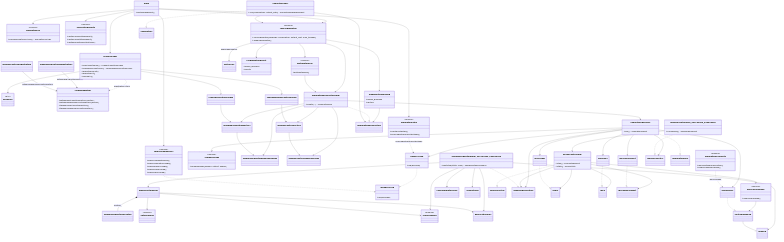
Above: docs/hld/class-overview.png in Sagi154/Drone-Mapper-ex3 (Mermaid), before the change. Its source is kept beside it as docs/hld/class-overview.mmd.
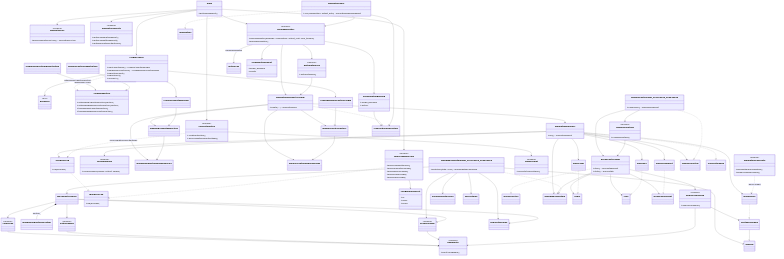
Later version of the same file.

Commit message:
docs: update HLD and class diagrams with new components and sequences

Change to the diagram source:
```diff
@@ -106,6 +106,31 @@
       +forEachSphereSample()
     }
 
+    class TimeFormat {
+      <<module>>
+      +currentUtcTimestamp()
+    }
+
+    class ConfigParseResult {
+      +ok
+      +value
+      +errors
+    }
+
+    class runMissionSteps {
+      <<module>>
+      +runMissionSteps()
+    }
+
+    class BeamMath {
+      <<module>>
+      +pointAlongBeam()
+    }
+
+    class LidarCone {
+      <<module>>
+    }
+
     class WavefrontPlanner
     class MappingAlgorithmFrontier
     class PathShaping {
@@ -203,6 +228,8 @@
     MissionControlFactory --> MissionControlDependencies
     MissionControlImpl_207190406_209543255 ..|> IMissionControl
     MissionControlImpl_207190406_209543255 --> DroneControlImpl
+    MissionControlImpl_207190406_209543255 --> runMissionSteps
+    runMissionSteps --> DroneControlImpl
     DroneControlImpl ..|> IDroneControl
     DroneControlImpl --> IMappingAlgorithm
     DroneControlImpl --> ILidar
@@ -221,6 +248,11 @@
     WavefrontPlanner --> PathShaping
     WavefrontPlanner --> ScanPlanning
     WavefrontPlanner --> ExplorationPlan
+    WavefrontPlanner --> LidarCone
+    LidarCone --> BeamMath
+    PathShaping --> BeamMath
+    ScanPlanning --> BeamMath
+    applyScanToMap --> BeamMath
     Map3DImpl ..|> IMutableMap3D
     IMutableMap3D --|> IMap3D
     MockLidar ..|> ILidar
@@ -229,4 +261,6 @@
     RunErrorLog ..|> IRunErrorLog
     SimulationCoordUtil ..> Map3DImpl : world spawn
     SimulatorPaths ..> RunErrorLog : errorLogPathFromOutputMap
+    SimulatorPaths --> TimeFormat
     YamlConfigParsers ..> IRunErrorLog
+    YamlConfigParsers --> ConfigParseResult
```
